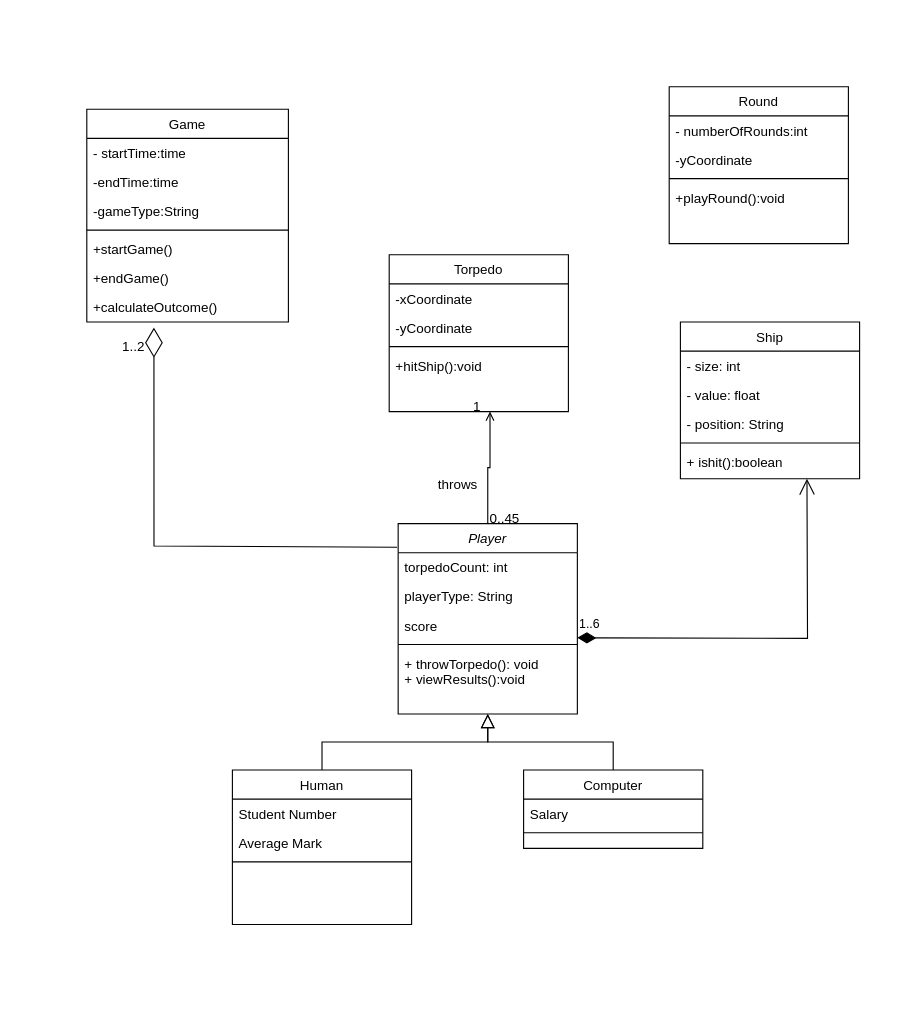
Earlier version of the draw.io diagram Untitled Diagram.drawio (natasha-kiara/use-case-diagrams). Source tidied: cells renumbered, new cells numbered last; positions are measured from the earlier drawing's top-left corner, leaving out a move shared by most shapes. Both pictures are drawn from the tidied source at 112%, with x=0, y=0 at pixel (86, 86).
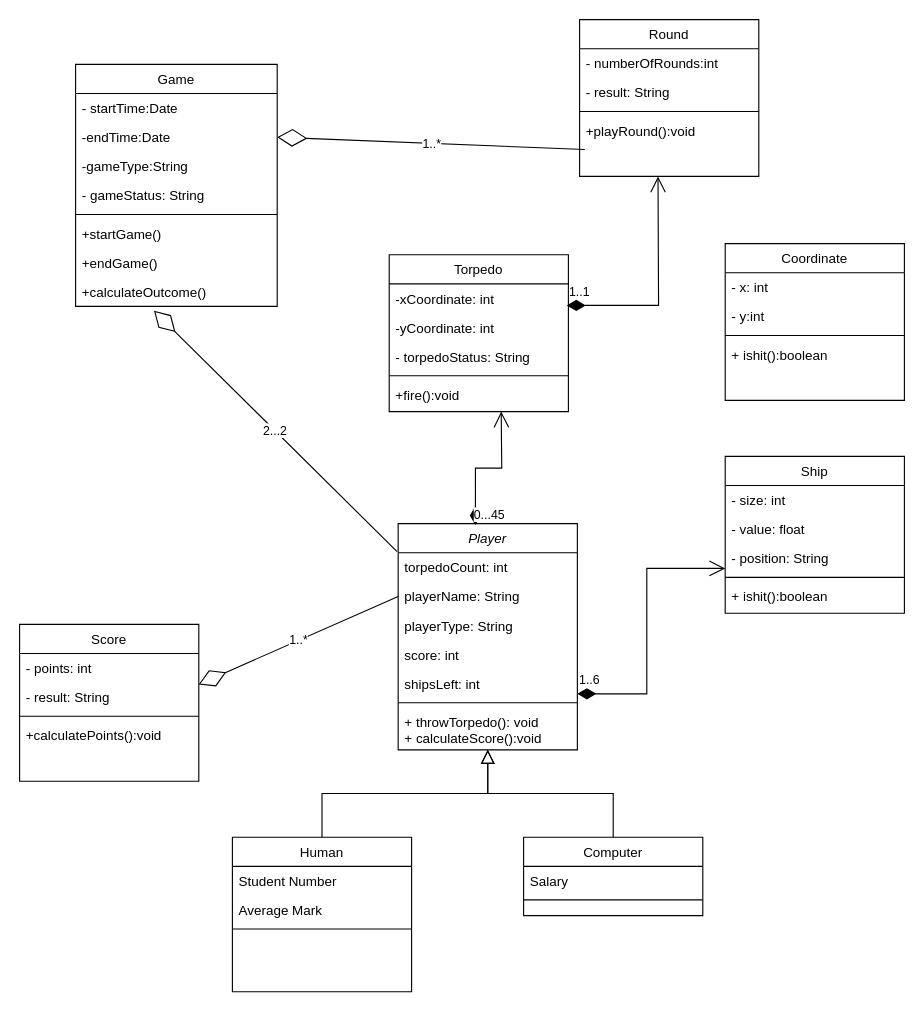
The same diagram, later.

Commit message:
battle ship uml class diagram

Unchanged cells that the change refers to:
```xml
<mxCell id="20" value="- position: String" style="text;align=left;verticalAlign=top;spacingLeft=4;spacingRight=4;overflow=hidden;points=[[0,0.5],[1,0.5]];portConstraint=eastwest;rounded=0;shadow=0;html=0;" parent="17" vertex="1">
  <mxGeometry y="78" width="160" height="26" as="geometry" />
</mxCell>
<mxCell id="28" value="Torpedo" style="swimlane;fontStyle=0;align=center;verticalAlign=top;horizontal=1;startSize=26;rounded=0;shadow=0;strokeWidth=1;" parent="1" vertex="1">
  <mxGeometry x="270" y="150" width="160" height="140" as="geometry" />
</mxCell>
<mxCell id="45" value="+playRound():void" style="text;align=left;verticalAlign=top;spacingLeft=4;spacingRight=4;overflow=hidden;points=[[0,0.5],[1,0.5]];portConstraint=eastwest;" parent="41" vertex="1">
  <mxGeometry y="86" width="160" height="26" as="geometry" />
</mxCell>
```

Change to the diagram source:
```diff
@@
     <mxCell id="2" value="Player" style="swimlane;fontStyle=2;align=center;verticalAlign=top;horizontal=1;startSize=26;rounded=0;shadow=0;strokeWidth=1;" parent="1" vertex="1">
-      <mxGeometry x="278" y="390" width="160" height="170" as="geometry" />
+      <mxGeometry x="278" y="390" width="160" height="202" as="geometry" />
     </mxCell>
@@
+    <mxCell id="48" value="playerName: String" style="text;align=left;verticalAlign=top;spacingLeft=4;spacingRight=4;overflow=hidden;points=[[0,0.5],[1,0.5]];portConstraint=eastwest;rounded=0;shadow=0;html=0;" parent="2" vertex="1">
+      <mxGeometry y="52" width="160" height="26" as="geometry" />
+    </mxCell>
     <mxCell id="4" value="playerType: String" style="text;align=left;verticalAlign=top;spacingLeft=4;spacingRight=4;overflow=hidden;rounded=0;shadow=0;html=0;" parent="2" vertex="1">
-      <mxGeometry y="52" width="160" height="26" as="geometry" />
+      <mxGeometry y="78" width="160" height="26" as="geometry" />
     </mxCell>
-    <mxCell id="5" value="score" style="text;align=left;verticalAlign=top;spacingLeft=4;spacingRight=4;overflow=hidden;rounded=0;shadow=0;html=0;" parent="2" vertex="1">
-      <mxGeometry y="78" width="160" height="26" as="geometry" />
+    <mxCell id="5" value="score: int" style="text;align=left;verticalAlign=top;spacingLeft=4;spacingRight=4;overflow=hidden;rounded=0;shadow=0;html=0;" parent="2" vertex="1">
+      <mxGeometry y="104" width="160" height="26" as="geometry" />
     </mxCell>
+    <mxCell id="49" value="shipsLeft: int" style="text;align=left;verticalAlign=top;spacingLeft=4;spacingRight=4;overflow=hidden;rounded=0;shadow=0;html=0;" parent="2" vertex="1">
+      <mxGeometry y="130" width="160" height="26" as="geometry" />
+    </mxCell>
     <mxCell id="6" style="line;html=1;strokeWidth=1;align=left;verticalAlign=middle;spacingTop=-1;spacingLeft=3;spacingRight=3;labelPosition=right;" parent="2" vertex="1">
-      <mxGeometry y="104" width="160" height="8" as="geometry" />
+      <mxGeometry y="156" width="160" height="8" as="geometry" />
     </mxCell>
-    <mxCell id="7" value="+ throwTorpedo(): void&#10;+ viewResults():void" style="text;align=left;verticalAlign=top;spacingLeft=4;spacingRight=4;overflow=hidden;" parent="2" vertex="1">
-      <mxGeometry y="112" width="160" height="38" as="geometry" />
+    <mxCell id="7" value="+ throwTorpedo(): void&#10;+ calculateScore():void" style="text;align=left;verticalAlign=top;spacingLeft=4;spacingRight=4;overflow=hidden;" parent="2" vertex="1">
+      <mxGeometry y="164" width="160" height="38" as="geometry" />
     </mxCell>
     <mxCell id="8" value="Human" style="swimlane;fontStyle=0;align=center;verticalAlign=top;horizontal=1;startSize=26;rounded=0;shadow=0;strokeWidth=1;" parent="1" vertex="1">
-      <mxGeometry x="130" y="610" width="160" height="138" as="geometry" />
+      <mxGeometry x="130" y="670" width="160" height="138" as="geometry" />
     </mxCell>
@@
     <mxCell id="13" value="Computer" style="swimlane;fontStyle=0;align=center;verticalAlign=top;horizontal=1;startSize=26;rounded=0;shadow=0;strokeWidth=1;" parent="1" vertex="1">
-      <mxGeometry x="390" y="610" width="160" height="70" as="geometry" />
+      <mxGeometry x="390" y="670" width="160" height="70" as="geometry" />
     </mxCell>
@@
     <mxCell id="17" value="Ship" style="swimlane;fontStyle=0;align=center;verticalAlign=top;horizontal=1;startSize=26;rounded=0;shadow=0;strokeWidth=1;" parent="1" vertex="1">
-      <mxGeometry x="530" y="210" width="160" height="140" as="geometry" />
+      <mxGeometry x="570" y="330" width="160" height="140" as="geometry" />
     </mxCell>
@@
-    <mxCell id="23" style="endArrow=open;shadow=0;strokeWidth=1;rounded=0;curved=0;endFill=1;edgeStyle=elbowEdgeStyle;elbow=vertical;" parent="1" edge="1" source="2">
-      <mxGeometry x="0.5" y="41" relative="1" as="geometry">
-        <mxPoint x="360" y="290" as="targetPoint" />
-        <mxPoint x="-40" y="32" as="offset" />
-      </mxGeometry>
-    </mxCell>
-    <mxCell id="24" value="0..45" style="align=left;verticalAlign=bottom;labelBackgroundColor=none;fontSize=12;" parent="23" vertex="1">
-      <mxGeometry x="-1" relative="1" as="geometry">
-        <mxPoint y="4" as="offset" />
-      </mxGeometry>
-    </mxCell>
-    <mxCell id="25" value="1" style="align=right;verticalAlign=bottom;labelBackgroundColor=none;fontSize=12;" parent="23" vertex="1">
-      <mxGeometry x="1" relative="1" as="geometry">
-        <mxPoint x="-7" y="4" as="offset" />
-      </mxGeometry>
-    </mxCell>
-    <mxCell id="26" value="throws" style="text;html=1;align=center;verticalAlign=middle;labelBackgroundColor=none;rounded=0;shadow=0;strokeWidth=1;fontSize=12;" parent="23" vertex="1">
-      <mxGeometry x="0.5" y="49" relative="1" as="geometry">
-        <mxPoint x="19" y="40" as="offset" />
-      </mxGeometry>
-    </mxCell>
-    <mxCell id="27" value="1..2" style="align=left;verticalAlign=bottom;labelBackgroundColor=none;fontSize=12;" parent="23" vertex="1">
-      <mxGeometry x="-1" relative="1" as="geometry">
-        <mxPoint x="-328" y="-150" as="offset" />
-      </mxGeometry>
-    </mxCell>
@@
-    <mxCell id="29" value="-xCoordinate" style="text;align=left;verticalAlign=top;spacingLeft=4;spacingRight=4;overflow=hidden;points=[[0,0.5],[1,0.5]];portConstraint=eastwest;" parent="28" vertex="1">
+    <mxCell id="29" value="-xCoordinate: int" style="text;align=left;verticalAlign=top;spacingLeft=4;spacingRight=4;overflow=hidden;points=[[0,0.5],[1,0.5]];portConstraint=eastwest;" parent="28" vertex="1">
       <mxGeometry y="26" width="160" height="26" as="geometry" />
     </mxCell>
-    <mxCell id="30" value="-yCoordinate" style="text;align=left;verticalAlign=top;spacingLeft=4;spacingRight=4;overflow=hidden;rounded=0;shadow=0;html=0;" parent="28" vertex="1">
+    <mxCell id="30" value="-yCoordinate: int    " style="text;align=left;verticalAlign=top;spacingLeft=4;spacingRight=4;overflow=hidden;rounded=0;shadow=0;html=0;" parent="28" vertex="1">
       <mxGeometry y="52" width="160" height="26" as="geometry" />
     </mxCell>
+    <mxCell id="50" value="- torpedoStatus: String" style="text;align=left;verticalAlign=top;spacingLeft=4;spacingRight=4;overflow=hidden;rounded=0;shadow=0;html=0;" parent="28" vertex="1">
+      <mxGeometry y="78" width="160" height="26" as="geometry" />
+    </mxCell>
     <mxCell id="31" style="line;html=1;strokeWidth=1;align=left;verticalAlign=middle;spacingTop=-1;spacingLeft=3;spacingRight=3;labelPosition=right;" parent="28" vertex="1">
-      <mxGeometry y="78" width="160" height="8" as="geometry" />
+      <mxGeometry y="104" width="160" height="8" as="geometry" />
     </mxCell>
-    <mxCell id="32" value="+hitShip():void" style="text;align=left;verticalAlign=top;spacingLeft=4;spacingRight=4;overflow=hidden;" parent="28" vertex="1">
-      <mxGeometry y="86" width="160" height="26" as="geometry" />
+    <mxCell id="32" value="+fire():void" style="text;align=left;verticalAlign=top;spacingLeft=4;spacingRight=4;overflow=hidden;" parent="28" vertex="1">
+      <mxGeometry y="112" width="160" height="26" as="geometry" />
     </mxCell>
     <mxCell id="33" value="Game" style="swimlane;fontStyle=0;align=center;verticalAlign=top;horizontal=1;startSize=26;rounded=0;shadow=0;strokeWidth=1;" parent="1" vertex="1">
-      <mxGeometry y="20" width="180" height="190" as="geometry" />
+      <mxGeometry x="-10" y="-20" width="180" height="216" as="geometry" />
     </mxCell>
-    <mxCell id="34" value="- startTime:time" style="text;align=left;verticalAlign=top;spacingLeft=4;spacingRight=4;overflow=hidden;" parent="33" vertex="1">
+    <mxCell id="34" value="- startTime:Date" style="text;align=left;verticalAlign=top;spacingLeft=4;spacingRight=4;overflow=hidden;" parent="33" vertex="1">
       <mxGeometry y="26" width="180" height="26" as="geometry" />
     </mxCell>
-    <mxCell id="35" value="-endTime:time" style="text;align=left;verticalAlign=top;spacingLeft=4;spacingRight=4;overflow=hidden;points=[[0,0.5],[1,0.5]];portConstraint=eastwest;rounded=0;shadow=0;html=0;" parent="33" vertex="1">
+    <mxCell id="35" value="-endTime:Date" style="text;align=left;verticalAlign=top;spacingLeft=4;spacingRight=4;overflow=hidden;points=[[0,0.5],[1,0.5]];portConstraint=eastwest;rounded=0;shadow=0;html=0;" parent="33" vertex="1">
       <mxGeometry y="52" width="180" height="26" as="geometry" />
     </mxCell>
@@
+    <mxCell id="51" value="- gameStatus: String" style="text;align=left;verticalAlign=top;spacingLeft=4;spacingRight=4;overflow=hidden;rounded=0;shadow=0;html=0;" parent="33" vertex="1">
+      <mxGeometry y="104" width="180" height="26" as="geometry" />
+    </mxCell>
     <mxCell id="37" style="line;html=1;strokeWidth=1;align=left;verticalAlign=middle;spacingTop=-1;spacingLeft=3;spacingRight=3;labelPosition=right;" parent="33" vertex="1">
-      <mxGeometry y="104" width="180" height="8" as="geometry" />
+      <mxGeometry y="130" width="180" height="8" as="geometry" />
     </mxCell>
     <mxCell id="38" value="+startGame()" style="text;align=left;verticalAlign=top;spacingLeft=4;spacingRight=4;overflow=hidden;" parent="33" vertex="1">
-      <mxGeometry y="112" width="180" height="26" as="geometry" />
+      <mxGeometry y="138" width="180" height="26" as="geometry" />
     </mxCell>
     <mxCell id="39" value="+endGame()" style="text;align=left;verticalAlign=top;spacingLeft=4;spacingRight=4;overflow=hidden;" parent="33" vertex="1">
-      <mxGeometry y="138" width="180" height="26" as="geometry" />
+      <mxGeometry y="164" width="180" height="26" as="geometry" />
     </mxCell>
     <mxCell id="40" value="+calculateOutcome()" style="text;align=left;verticalAlign=top;spacingLeft=4;spacingRight=4;overflow=hidden;points=[[0,0.5],[1,0.5]];portConstraint=eastwest;" parent="33" vertex="1">
-      <mxGeometry y="164" width="180" height="26" as="geometry" />
+      <mxGeometry y="190" width="180" height="26" as="geometry" />
     </mxCell>
     <mxCell id="41" value="Round" style="swimlane;fontStyle=0;align=center;verticalAlign=top;horizontal=1;startSize=26;rounded=0;shadow=0;strokeWidth=1;" parent="1" vertex="1">
-      <mxGeometry x="520" width="160" height="140" as="geometry" />
+      <mxGeometry x="440" y="-60" width="160" height="140" as="geometry" />
     </mxCell>
@@
-    <mxCell id="43" value="-yCoordinate" style="text;align=left;verticalAlign=top;spacingLeft=4;spacingRight=4;overflow=hidden;rounded=0;shadow=0;html=0;" parent="41" vertex="1">
+    <mxCell id="43" value="- result: String" style="text;align=left;verticalAlign=top;spacingLeft=4;spacingRight=4;overflow=hidden;rounded=0;shadow=0;html=0;" parent="41" vertex="1">
       <mxGeometry y="52" width="160" height="26" as="geometry" />
     </mxCell>
@@
-    <mxCell id="46" style="endArrow=diamondThin;endFill=0;endSize=24;html=1;rounded=0;entryX=0.333;entryY=1.192;entryDx=0;entryDy=0;exitX=-0.006;exitY=0.124;exitDx=0;exitDy=0;exitPerimeter=0;entryPerimeter=0;" parent="1" edge="1" source="2" target="40">
+    <mxCell id="46" value="2...2" style="endArrow=diamondThin;endFill=0;endSize=24;html=1;rounded=0;exitX=-0.006;exitY=0.124;exitDx=0;exitDy=0;exitPerimeter=0;" parent="1" edge="1" source="2">
       <mxGeometry relative="1" as="geometry">
-        <Array as="points">
-          <mxPoint x="60" y="410" />
-        </Array>
+        <mxPoint x="60" y="200" as="targetPoint" />
       </mxGeometry>
     </mxCell>
-    <mxCell id="47" value="1..6" style="endArrow=open;html=1;endSize=12;startArrow=diamondThin;startSize=14;startFill=1;edgeStyle=orthogonalEdgeStyle;align=left;verticalAlign=bottom;rounded=0;" parent="1" edge="1">
+    <mxCell id="47" value="1..6" style="endArrow=open;html=1;endSize=12;startArrow=diamondThin;startSize=14;startFill=1;edgeStyle=orthogonalEdgeStyle;align=left;verticalAlign=bottom;rounded=0;entryX=0;entryY=0.846;entryDx=0;entryDy=0;entryPerimeter=0;" parent="1" edge="1" target="20">
       <mxGeometry x="-1" y="3" relative="1" as="geometry">
-        <mxPoint x="438" y="492" as="sourcePoint" />
-        <mxPoint x="643" y="350" as="targetPoint" />
+        <mxPoint x="438" y="542" as="sourcePoint" />
+        <Array as="points">
+          <mxPoint x="500" y="542" />
+          <mxPoint x="500" y="430" />
+        </Array>
       </mxGeometry>
     </mxCell>
+    <mxCell id="52" value="Score" style="swimlane;fontStyle=0;align=center;verticalAlign=top;horizontal=1;startSize=26;rounded=0;shadow=0;strokeWidth=1;" parent="1" vertex="1">
+      <mxGeometry x="-60" y="480" width="160" height="140" as="geometry" />
+    </mxCell>
+    <mxCell id="53" value="- points: int" style="text;align=left;verticalAlign=top;spacingLeft=4;spacingRight=4;overflow=hidden;" parent="52" vertex="1">
+      <mxGeometry y="26" width="160" height="26" as="geometry" />
+    </mxCell>
+    <mxCell id="54" value="- result: String" style="text;align=left;verticalAlign=top;spacingLeft=4;spacingRight=4;overflow=hidden;points=[[0,0.5],[1,0.5]];portConstraint=eastwest;rounded=0;shadow=0;html=0;" parent="52" vertex="1">
+      <mxGeometry y="52" width="160" height="26" as="geometry" />
+    </mxCell>
+    <mxCell id="55" style="line;html=1;strokeWidth=1;align=left;verticalAlign=middle;spacingTop=-1;spacingLeft=3;spacingRight=3;labelPosition=right;" parent="52" vertex="1">
+      <mxGeometry y="78" width="160" height="8" as="geometry" />
+    </mxCell>
+    <mxCell id="56" value="+calculatePoints():void" style="text;align=left;verticalAlign=top;spacingLeft=4;spacingRight=4;overflow=hidden;" parent="52" vertex="1">
+      <mxGeometry y="86" width="160" height="26" as="geometry" />
+    </mxCell>
+    <mxCell id="57" value="1..*" style="endArrow=diamondThin;endFill=0;endSize=24;html=1;rounded=0;entryX=1;entryY=0.5;entryDx=0;entryDy=0;exitX=0.029;exitY=1.154;exitDx=0;exitDy=0;exitPerimeter=0;" parent="1" edge="1" source="45" target="35">
+      <mxGeometry relative="1" as="geometry" />
+    </mxCell>
+    <mxCell id="58" value="0...45" style="endArrow=open;html=1;endSize=12;startArrow=diamondThin;startSize=14;startFill=1;edgeStyle=orthogonalEdgeStyle;align=left;verticalAlign=bottom;rounded=0;exitX=0.431;exitY=0.006;exitDx=0;exitDy=0;exitPerimeter=0;" parent="1" edge="1" source="2">
+      <mxGeometry x="-1" y="3" relative="1" as="geometry">
+        <mxPoint x="370" y="290" as="targetPoint" />
+      </mxGeometry>
+    </mxCell>
+    <mxCell id="59" value="1..*" style="endArrow=diamondThin;endFill=0;endSize=24;html=1;rounded=0;entryX=0.999;entryY=0.062;entryDx=0;entryDy=0;entryPerimeter=0;exitX=0;exitY=0.5;exitDx=0;exitDy=0;" parent="1" edge="1" source="48" target="54">
+      <mxGeometry relative="1" as="geometry" />
+    </mxCell>
+    <mxCell id="60" value="1..1" style="endArrow=open;html=1;endSize=12;startArrow=diamondThin;startSize=14;startFill=1;edgeStyle=orthogonalEdgeStyle;align=left;verticalAlign=bottom;rounded=0;exitX=0.991;exitY=0.738;exitDx=0;exitDy=0;exitPerimeter=0;" parent="1" edge="1" source="29">
+      <mxGeometry x="-1" y="3" relative="1" as="geometry">
+        <mxPoint x="510" y="80" as="targetPoint" />
+      </mxGeometry>
+    </mxCell>
+    <mxCell id="61" value="Coordinate" style="swimlane;fontStyle=0;align=center;verticalAlign=top;horizontal=1;startSize=26;rounded=0;shadow=0;strokeWidth=1;" parent="1" vertex="1">
+      <mxGeometry x="570" y="140" width="160" height="140" as="geometry" />
+    </mxCell>
+    <mxCell id="62" value="- x: int" style="text;align=left;verticalAlign=top;spacingLeft=4;spacingRight=4;overflow=hidden;" parent="61" vertex="1">
+      <mxGeometry y="26" width="160" height="26" as="geometry" />
+    </mxCell>
+    <mxCell id="63" value="- y:int" style="text;align=left;verticalAlign=top;spacingLeft=4;spacingRight=4;overflow=hidden;rounded=0;shadow=0;html=0;" parent="61" vertex="1">
+      <mxGeometry y="52" width="160" height="26" as="geometry" />
+    </mxCell>
+    <mxCell id="64" style="line;html=1;strokeWidth=1;align=left;verticalAlign=middle;spacingTop=-1;spacingLeft=3;spacingRight=3;labelPosition=right;" parent="61" vertex="1">
+      <mxGeometry y="78" width="160" height="8" as="geometry" />
+    </mxCell>
+    <mxCell id="65" value="+ ishit():boolean" style="text;align=left;verticalAlign=top;spacingLeft=4;spacingRight=4;overflow=hidden;" parent="61" vertex="1">
+      <mxGeometry y="86" width="160" height="26" as="geometry" />
+    </mxCell>
```
